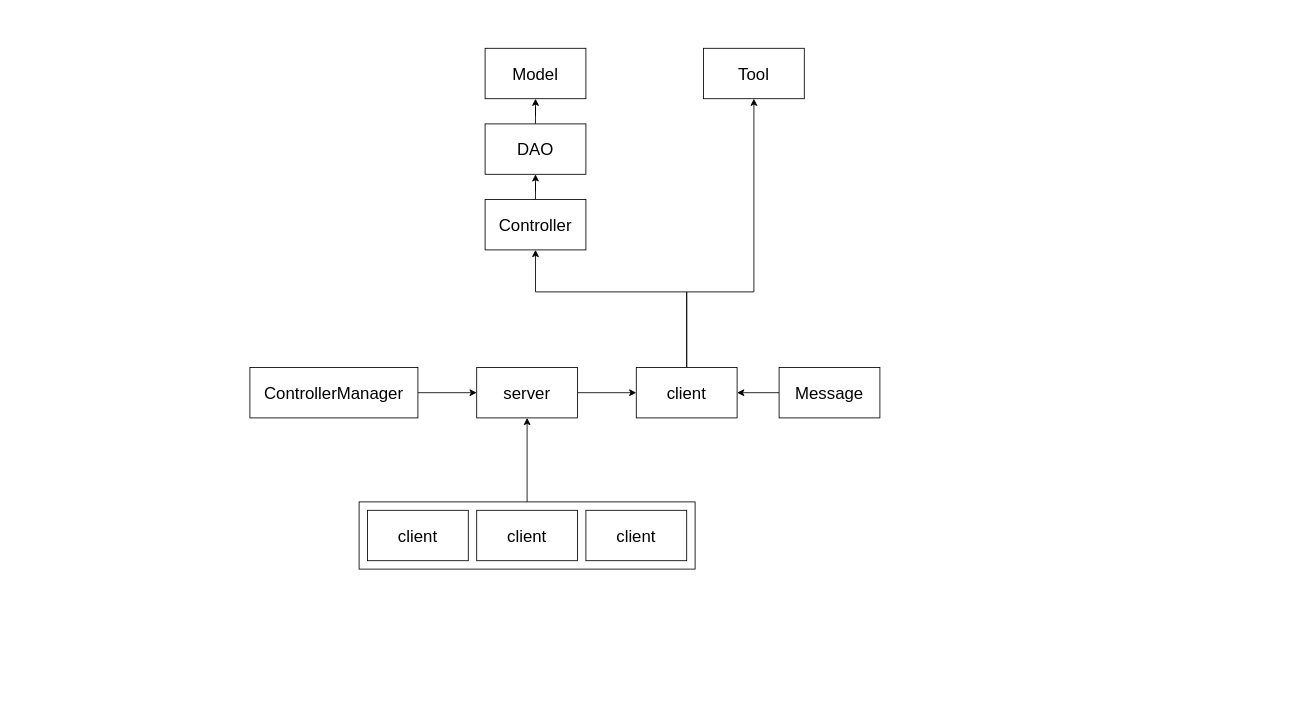
Lawssen/Fireboy-WaterGirl keeps this draw.io diagram as page "服务器端结构" (1 of 2) of FlowChart/Fireboy&WatergirlServer.drawio. Above is the earlier version. Source tidied: cells renumbered, new cells numbered last; positions are measured from the earlier drawing's top-left corner, leaving out a move shared by most shapes. Both pictures are drawn from the tidied source at 84%, with x=0, y=0 at pixel (249, 48).
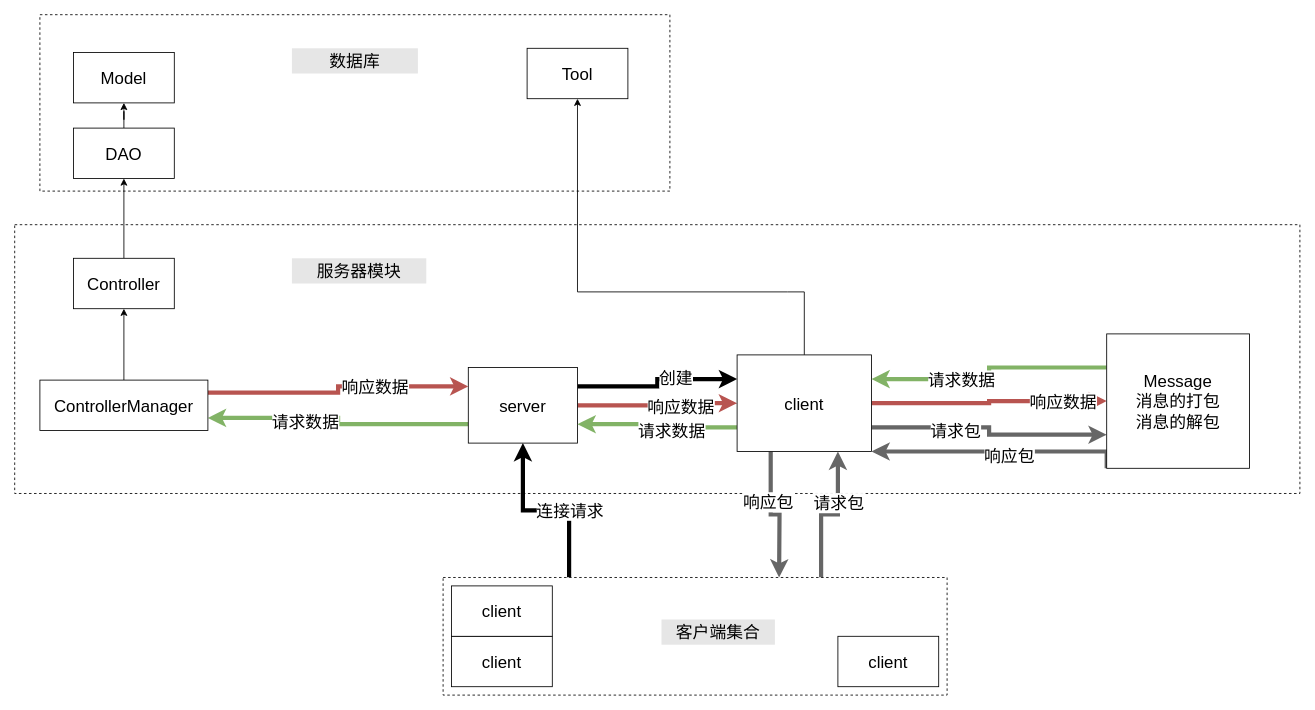
The same diagram, later.

Diff of the diagram source:
```diff
@@
+    <mxCell id="22" style="rounded=0;whiteSpace=wrap;html=1;dashed=1;fontSize=20;strokeColor=default;" parent="1" vertex="1">
+      <mxGeometry x="-250" y="-40" width="750" height="210" as="geometry" />
+    </mxCell>
+    <mxCell id="23" style="rounded=0;whiteSpace=wrap;html=1;dashed=1;fontSize=20;strokeColor=default;" parent="1" vertex="1">
+      <mxGeometry x="-280" y="210" width="1530" height="320" as="geometry" />
+    </mxCell>
-    <mxCell id="2" style="edgeStyle=orthogonalEdgeStyle;rounded=0;jettySize=auto;html=1;entryX=0.5;entryY=1;entryDx=0;entryDy=0;fontSize=20;" parent="1" edge="1" source="3" target="6">
+    <mxCell id="2" style="edgeStyle=orthogonalEdgeStyle;rounded=0;jettySize=auto;html=1;exitX=0.25;exitY=0;exitDx=0;exitDy=0;fontSize=20;startArrow=none;startFill=0;strokeWidth=5;entryX=0.5;entryY=1;entryDx=0;entryDy=0;" parent="1" edge="1" source="3" target="6">
       <mxGeometry relative="1" as="geometry" />
     </mxCell>
-    <mxCell id="3" style="rounded=0;whiteSpace=wrap;html=1;fontSize=20;shadow=0;" parent="1" vertex="1">
-      <mxGeometry x="130" y="540" width="400" height="80" as="geometry" />
-    </mxCell>
-    <mxCell id="4" value="&lt;font style=&quot;font-size: 20px&quot;&gt;client&lt;/font&gt;" style="rounded=0;whiteSpace=wrap;html=1;" parent="1" vertex="1">
-      <mxGeometry x="140" y="550" width="120" height="60" as="geometry" />
-    </mxCell>
-    <mxCell id="5" style="edgeStyle=orthogonalEdgeStyle;rounded=0;jettySize=auto;html=1;entryX=0;entryY=0.5;entryDx=0;entryDy=0;fontSize=20;" parent="1" edge="1" source="6" target="9">
-      <mxGeometry relative="1" as="geometry" />
-    </mxCell>
+    <mxCell id="24" value="连接请求" style="edgeLabel;html=1;align=center;verticalAlign=middle;fontSize=20;" parent="2" vertex="1">
+      <mxGeometry x="-0.26" y="-1" relative="1" as="geometry" />
+    </mxCell>
+    <mxCell id="25" style="edgeStyle=orthogonalEdgeStyle;rounded=0;jettySize=auto;html=1;exitX=1;exitY=0.25;exitDx=0;exitDy=0;entryX=0;entryY=0.25;entryDx=0;entryDy=0;fontSize=20;startArrow=none;startFill=0;strokeWidth=5;" parent="1" edge="1" source="6" target="9">
+      <mxGeometry relative="1" as="geometry" />
+    </mxCell>
+    <mxCell id="26" value="创建" style="edgeLabel;html=1;align=center;verticalAlign=middle;fontSize=20;" parent="25" vertex="1">
+      <mxGeometry x="0.26" y="2" relative="1" as="geometry" />
+    </mxCell>
+    <mxCell id="27" style="edgeStyle=orthogonalEdgeStyle;rounded=0;jettySize=auto;html=1;exitX=0;exitY=0.75;exitDx=0;exitDy=0;entryX=1;entryY=0.75;entryDx=0;entryDy=0;fontSize=20;startArrow=none;startFill=0;strokeWidth=5;fillColor=#d5e8d4;strokeColor=#82b366;" parent="1" edge="1" source="6" target="19">
+      <mxGeometry relative="1" as="geometry" />
+    </mxCell>
+    <mxCell id="28" value="请求数据" style="edgeLabel;html=1;align=center;verticalAlign=middle;fontSize=20;" parent="27" vertex="1">
+      <mxGeometry x="0.27" y="3" relative="1" as="geometry" />
+    </mxCell>
+    <mxCell id="29" style="edgeStyle=orthogonalEdgeStyle;rounded=0;jettySize=auto;html=1;exitX=1;exitY=0.5;exitDx=0;exitDy=0;entryX=0;entryY=0.5;entryDx=0;entryDy=0;fontSize=20;startArrow=none;startFill=0;strokeWidth=5;fillColor=#f8cecc;strokeColor=#b85450;" parent="1" edge="1" source="6" target="9">
+      <mxGeometry relative="1" as="geometry" />
+    </mxCell>
+    <mxCell id="30" value="响应数据" style="edgeLabel;html=1;align=center;verticalAlign=middle;fontSize=20;" parent="29" vertex="1">
+      <mxGeometry x="0.3" y="-4" relative="1" as="geometry" />
+    </mxCell>
     <mxCell id="6" value="&lt;span style=&quot;font-size: 20px&quot;&gt;server&lt;br&gt;&lt;/span&gt;" style="rounded=0;whiteSpace=wrap;html=1;" parent="1" vertex="1">
-      <mxGeometry x="270" y="380" width="120" height="60" as="geometry" />
+      <mxGeometry x="260" y="380" width="130" height="90" as="geometry" />
     </mxCell>
-    <mxCell id="7" style="edgeStyle=orthogonalEdgeStyle;rounded=0;jettySize=auto;html=1;entryX=0.5;entryY=1;entryDx=0;entryDy=0;fontSize=20;exitX=0.5;exitY=0;exitDx=0;exitDy=0;" parent="1" edge="1" source="9" target="13">
-      <mxGeometry relative="1" as="geometry">
-        <Array as="points">
-          <mxPoint x="520" y="290" />
-          <mxPoint x="340" y="290" />
-        </Array>
-      </mxGeometry>
-    </mxCell>
     <mxCell id="8" style="edgeStyle=orthogonalEdgeStyle;rounded=0;jettySize=auto;html=1;entryX=0.5;entryY=1;entryDx=0;entryDy=0;fontSize=20;exitX=0.5;exitY=0;exitDx=0;exitDy=0;" parent="1" edge="1" source="9" target="17">
       <mxGeometry relative="1" as="geometry">
         <Array as="points">
-          <mxPoint x="520" y="290" />
-          <mxPoint x="600" y="290" />
+          <mxPoint x="640" y="290" />
+          <mxPoint x="720" y="290" />
         </Array>
       </mxGeometry>
     </mxCell>
+    <mxCell id="31" style="edgeStyle=orthogonalEdgeStyle;rounded=0;jettySize=auto;html=1;exitX=1;exitY=0.75;exitDx=0;exitDy=0;entryX=0;entryY=0.75;entryDx=0;entryDy=0;fontSize=20;startArrow=none;startFill=0;strokeWidth=5;fillColor=#f5f5f5;strokeColor=#666666;" parent="1" edge="1" source="9" target="21">
+      <mxGeometry relative="1" as="geometry" />
+    </mxCell>
+    <mxCell id="32" value="请求包" style="edgeLabel;html=1;align=center;verticalAlign=middle;fontSize=20;" parent="31" vertex="1">
+      <mxGeometry x="-0.31" y="-3" relative="1" as="geometry" />
+    </mxCell>
+    <mxCell id="33" style="edgeStyle=orthogonalEdgeStyle;rounded=0;jettySize=auto;html=1;exitX=0;exitY=0.75;exitDx=0;exitDy=0;entryX=1;entryY=0.75;entryDx=0;entryDy=0;fontSize=20;startArrow=none;startFill=0;strokeWidth=5;fillColor=#d5e8d4;strokeColor=#82b366;" parent="1" edge="1" source="9" target="6">
+      <mxGeometry relative="1" as="geometry" />
+    </mxCell>
+    <mxCell id="34" value="请求数据" style="edgeLabel;html=1;align=center;verticalAlign=middle;fontSize=20;" parent="33" vertex="1">
+      <mxGeometry x="-0.18" y="3" relative="1" as="geometry" />
+    </mxCell>
+    <mxCell id="35" style="edgeStyle=orthogonalEdgeStyle;rounded=0;jettySize=auto;html=1;exitX=1;exitY=0.5;exitDx=0;exitDy=0;entryX=0;entryY=0.5;entryDx=0;entryDy=0;fontSize=20;startArrow=none;startFill=0;strokeWidth=5;fillColor=#f8cecc;strokeColor=#b85450;" parent="1" edge="1" source="9" target="21">
+      <mxGeometry relative="1" as="geometry" />
+    </mxCell>
+    <mxCell id="36" value="响应数据" style="edgeLabel;html=1;align=center;verticalAlign=middle;fontSize=20;" parent="35" vertex="1">
+      <mxGeometry x="0.63" relative="1" as="geometry" />
+    </mxCell>
+    <mxCell id="37" style="edgeStyle=orthogonalEdgeStyle;rounded=0;jettySize=auto;html=1;exitX=0.25;exitY=1;exitDx=0;exitDy=0;fontSize=20;startArrow=none;startFill=0;strokeWidth=5;fillColor=#f5f5f5;strokeColor=#666666;" parent="1" edge="1" source="9">
+      <mxGeometry relative="1" as="geometry">
+        <mxPoint x="630" y="630" as="targetPoint" />
+      </mxGeometry>
+    </mxCell>
+    <mxCell id="38" value="响应包" style="edgeLabel;html=1;align=center;verticalAlign=middle;fontSize=20;" parent="37" vertex="1">
+      <mxGeometry x="-0.26" y="-4" relative="1" as="geometry" />
+    </mxCell>
     <mxCell id="9" value="&lt;span style=&quot;font-size: 20px&quot;&gt;client&lt;br&gt;&lt;/span&gt;" style="rounded=0;whiteSpace=wrap;html=1;" parent="1" vertex="1">
-      <mxGeometry x="460" y="380" width="120" height="60" as="geometry" />
+      <mxGeometry x="580" y="365" width="160" height="115" as="geometry" />
     </mxCell>
-    <mxCell id="10" value="&lt;font style=&quot;font-size: 20px&quot;&gt;client&lt;/font&gt;" style="rounded=0;whiteSpace=wrap;html=1;" parent="1" vertex="1">
-      <mxGeometry x="270" y="550" width="120" height="60" as="geometry" />
-    </mxCell>
-    <mxCell id="11" value="&lt;font style=&quot;font-size: 20px&quot;&gt;client&lt;/font&gt;" style="rounded=0;whiteSpace=wrap;html=1;" parent="1" vertex="1">
-      <mxGeometry x="400" y="550" width="120" height="60" as="geometry" />
-    </mxCell>
@@
     <mxCell id="13" value="&lt;span style=&quot;font-size: 20px&quot;&gt;Controller&lt;br&gt;&lt;/span&gt;" style="rounded=0;whiteSpace=wrap;html=1;" parent="1" vertex="1">
-      <mxGeometry x="280" y="180" width="120" height="60" as="geometry" />
+      <mxGeometry x="-210" y="250" width="120" height="60" as="geometry" />
     </mxCell>
@@
     <mxCell id="15" value="&lt;span style=&quot;font-size: 20px&quot;&gt;DAO&lt;br&gt;&lt;/span&gt;" style="rounded=0;whiteSpace=wrap;html=1;" parent="1" vertex="1">
-      <mxGeometry x="280" y="90" width="120" height="60" as="geometry" />
+      <mxGeometry x="-210" y="95" width="120" height="60" as="geometry" />
     </mxCell>
     <mxCell id="16" value="&lt;span style=&quot;font-size: 20px&quot;&gt;Model&lt;br&gt;&lt;/span&gt;" style="rounded=0;whiteSpace=wrap;html=1;" parent="1" vertex="1">
-      <mxGeometry x="280" width="120" height="60" as="geometry" />
+      <mxGeometry x="-210" y="5" width="120" height="60" as="geometry" />
     </mxCell>
     <mxCell id="17" value="&lt;span style=&quot;font-size: 20px&quot;&gt;Tool&lt;br&gt;&lt;/span&gt;" style="rounded=0;whiteSpace=wrap;html=1;" parent="1" vertex="1">
-      <mxGeometry x="540" width="120" height="60" as="geometry" />
+      <mxGeometry x="330" width="120" height="60" as="geometry" />
     </mxCell>
+    <mxCell id="39" style="edgeStyle=orthogonalEdgeStyle;rounded=0;jettySize=auto;html=1;entryX=0.5;entryY=1;entryDx=0;entryDy=0;" parent="1" edge="1" source="19" target="13">
+      <mxGeometry relative="1" as="geometry" />
+    </mxCell>
-    <mxCell id="18" style="edgeStyle=orthogonalEdgeStyle;rounded=0;jettySize=auto;html=1;entryX=0;entryY=0.5;entryDx=0;entryDy=0;fontSize=20;" parent="1" edge="1" source="19" target="6">
+    <mxCell id="18" style="edgeStyle=orthogonalEdgeStyle;rounded=0;jettySize=auto;html=1;exitX=1;exitY=0.25;exitDx=0;exitDy=0;entryX=0;entryY=0.25;entryDx=0;entryDy=0;fontSize=20;startArrow=none;startFill=0;strokeWidth=5;fillColor=#f8cecc;strokeColor=#b85450;" parent="1" edge="1" source="19" target="6">
       <mxGeometry relative="1" as="geometry" />
     </mxCell>
+    <mxCell id="40" value="响应数据" style="edgeLabel;html=1;align=center;verticalAlign=middle;fontSize=20;" parent="18" vertex="1">
+      <mxGeometry x="0.3" relative="1" as="geometry" />
+    </mxCell>
     <mxCell id="19" value="&lt;span style=&quot;font-size: 20px&quot;&gt;ControllerManager&lt;br&gt;&lt;/span&gt;" style="rounded=0;whiteSpace=wrap;html=1;" parent="1" vertex="1">
-      <mxGeometry y="380" width="200" height="60" as="geometry" />
+      <mxGeometry x="-250" y="395" width="200" height="60" as="geometry" />
     </mxCell>
-    <mxCell id="20" style="edgeStyle=orthogonalEdgeStyle;rounded=0;jettySize=auto;html=1;entryX=1;entryY=0.5;entryDx=0;entryDy=0;fontSize=20;" parent="1" edge="1" source="21" target="9">
-      <mxGeometry relative="1" as="geometry" />
-    </mxCell>
+    <mxCell id="41" style="edgeStyle=orthogonalEdgeStyle;rounded=0;jettySize=auto;html=1;exitX=0;exitY=0.25;exitDx=0;exitDy=0;entryX=1;entryY=0.25;entryDx=0;entryDy=0;fontSize=20;startArrow=none;startFill=0;strokeWidth=5;fillColor=#d5e8d4;strokeColor=#82b366;" parent="1" edge="1" source="21" target="9">
+      <mxGeometry relative="1" as="geometry" />
+    </mxCell>
+    <mxCell id="42" value="请求数据" style="edgeLabel;html=1;align=center;verticalAlign=middle;fontSize=20;" parent="41" vertex="1">
+      <mxGeometry x="0.27" y="1" relative="1" as="geometry" />
+    </mxCell>
+    <mxCell id="43" style="edgeStyle=orthogonalEdgeStyle;rounded=0;jettySize=auto;html=1;exitX=0;exitY=1;exitDx=0;exitDy=0;entryX=1;entryY=1;entryDx=0;entryDy=0;fontSize=20;startArrow=none;startFill=0;strokeWidth=5;fillColor=#f5f5f5;strokeColor=#666666;" parent="1" edge="1" source="21" target="9">
+      <mxGeometry relative="1" as="geometry">
+        <Array as="points">
+          <mxPoint x="1020" y="480" />
+        </Array>
+      </mxGeometry>
+    </mxCell>
+    <mxCell id="44" value="响应包" style="edgeLabel;html=1;align=center;verticalAlign=middle;fontSize=20;" parent="43" vertex="1">
+      <mxGeometry x="-0.09" y="4" relative="1" as="geometry" />
+    </mxCell>
-    <mxCell id="21" value="&lt;span style=&quot;font-size: 20px&quot;&gt;Message&lt;br&gt;&lt;/span&gt;" style="rounded=0;whiteSpace=wrap;html=1;" parent="1" vertex="1">
-      <mxGeometry x="630" y="380" width="120" height="60" as="geometry" />
+    <mxCell id="21" value="&lt;span style=&quot;font-size: 20px&quot;&gt;Message&lt;br&gt;消息的打包&lt;br&gt;消息的解包&lt;br&gt;&lt;/span&gt;" style="rounded=0;whiteSpace=wrap;html=1;" parent="1" vertex="1">
+      <mxGeometry x="1020" y="340" width="170" height="160" as="geometry" />
     </mxCell>
+    <mxCell id="45" style="edgeStyle=orthogonalEdgeStyle;rounded=0;jettySize=auto;html=1;exitX=0.75;exitY=0;exitDx=0;exitDy=0;entryX=0.75;entryY=1;entryDx=0;entryDy=0;fontSize=20;startArrow=none;startFill=0;strokeWidth=5;fillColor=#f5f5f5;strokeColor=#666666;" parent="1" edge="1" source="3" target="9">
+      <mxGeometry relative="1" as="geometry" />
+    </mxCell>
+    <mxCell id="46" value="请求包" style="edgeLabel;html=1;align=center;verticalAlign=middle;fontSize=20;" parent="45" vertex="1">
+      <mxGeometry x="0.29" relative="1" as="geometry" />
+    </mxCell>
+    <mxCell id="3" style="rounded=0;whiteSpace=wrap;html=1;fontSize=20;shadow=0;dashed=1;" parent="1" vertex="1">
+      <mxGeometry x="230" y="630" width="600" height="140" as="geometry" />
+    </mxCell>
+    <mxCell id="4" value="&lt;font style=&quot;font-size: 20px&quot;&gt;client&lt;/font&gt;" style="rounded=0;whiteSpace=wrap;html=1;" parent="1" vertex="1">
+      <mxGeometry x="240" y="700" width="120" height="60" as="geometry" />
+    </mxCell>
+    <mxCell id="10" value="&lt;font style=&quot;font-size: 20px&quot;&gt;client&lt;/font&gt;" style="rounded=0;whiteSpace=wrap;html=1;" parent="1" vertex="1">
+      <mxGeometry x="240" y="640" width="120" height="60" as="geometry" />
+    </mxCell>
+    <mxCell id="11" value="&lt;font style=&quot;font-size: 20px&quot;&gt;client&lt;/font&gt;" style="rounded=0;whiteSpace=wrap;html=1;" parent="1" vertex="1">
+      <mxGeometry x="700" y="700" width="120" height="60" as="geometry" />
+    </mxCell>
+    <mxCell id="47" value="服务器模块" style="text;html=1;strokeColor=none;fillColor=#E6E6E6;align=center;verticalAlign=middle;whiteSpace=wrap;rounded=0;dashed=1;fontSize=20;" parent="1" vertex="1">
+      <mxGeometry x="50" y="250" width="160" height="30" as="geometry" />
+    </mxCell>
+    <mxCell id="48" value="数据库" style="text;html=1;strokeColor=none;fillColor=#E6E6E6;align=center;verticalAlign=middle;whiteSpace=wrap;rounded=0;dashed=1;fontSize=20;" parent="1" vertex="1">
+      <mxGeometry x="50" width="150" height="30" as="geometry" />
+    </mxCell>
+    <mxCell id="49" value="客户端集合" style="text;html=1;strokeColor=none;fillColor=#E6E6E6;align=center;verticalAlign=middle;whiteSpace=wrap;rounded=0;dashed=1;fontSize=20;" parent="1" vertex="1">
+      <mxGeometry x="490" y="680" width="135" height="30" as="geometry" />
+    </mxCell>
```
